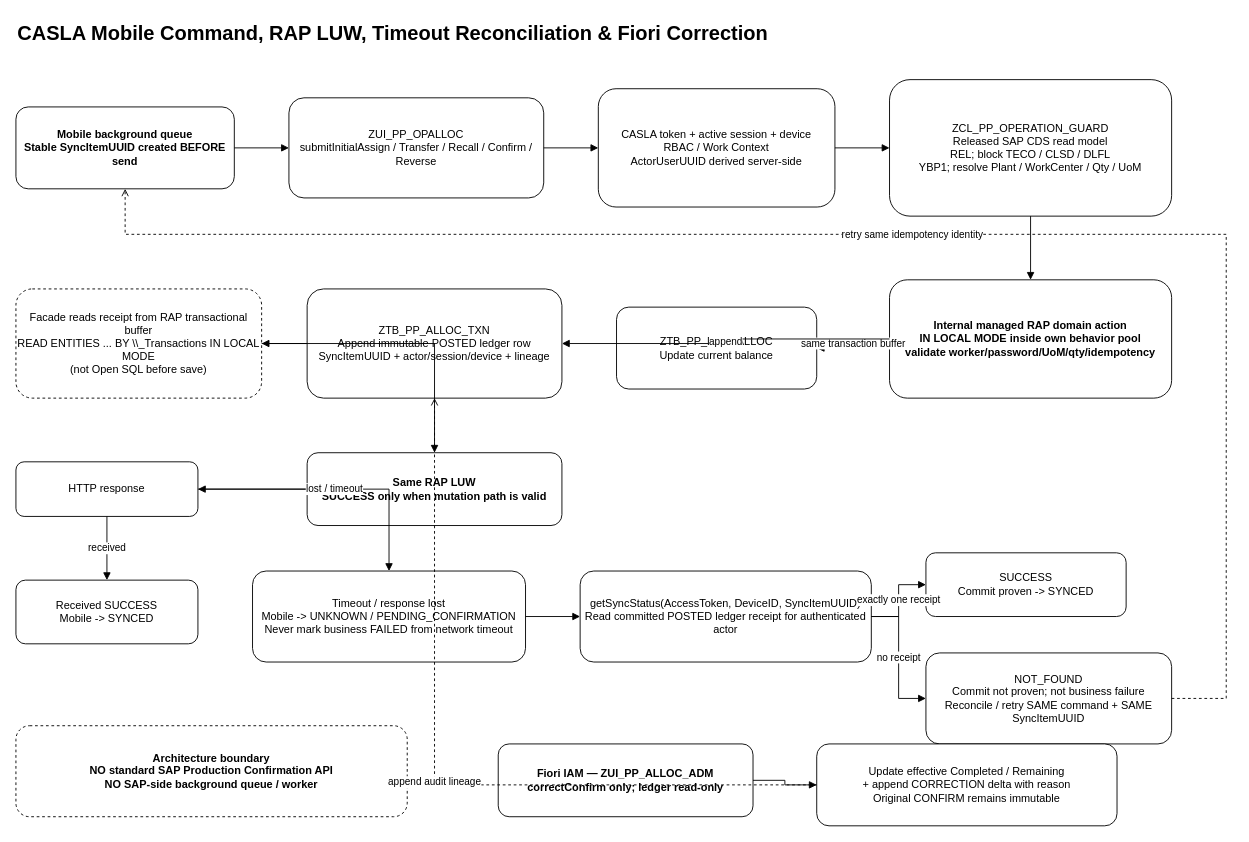
Before: page "Mobile Flow" (2 of 2) of docs/CASLA_DATA_MODEL.drawio in nguyenduckhiem1002-dot/abap_casla_app_mobile, a draw.io diagram. Source tidied: cells renumbered, new cells numbered last; positions are measured from the earlier drawing's top-left corner, leaving out a move shared by most shapes. Both pictures are drawn from the tidied source at 91%, with x=0, y=0 at pixel (15, 15).
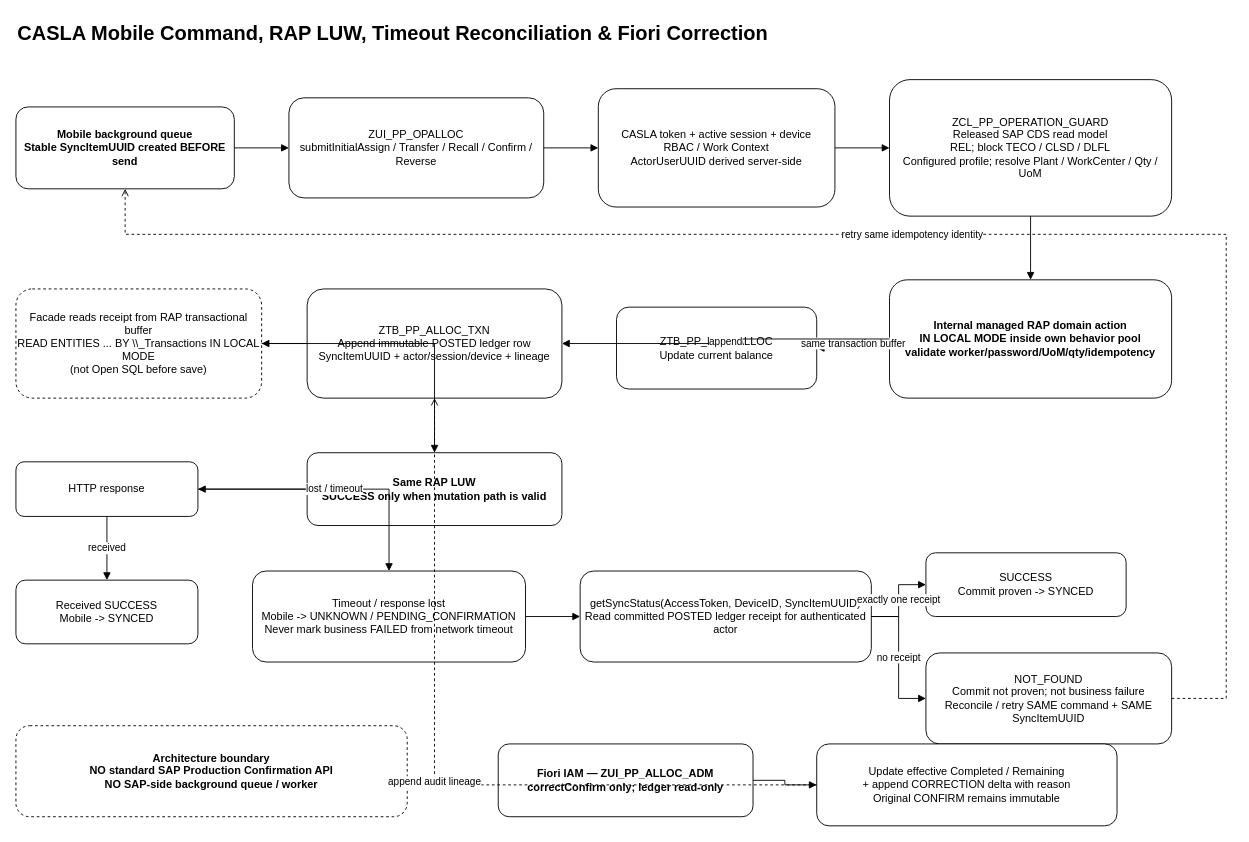
After the change.

Commit message (it also covers changes not shown here):
Allow configurable operation control profiles

What changed in the source:
```diff
@@
-    <mxCell id="6" value="ZCL_PP_OPERATION_GUARD&#10;Released SAP CDS read model&#10;REL; block TECO / CLSD / DLFL&#10;YBP1; resolve Plant / WorkCenter / Qty / UoM" style="rounded=1;whiteSpace=wrap;html=1;" parent="1" vertex="1">
+    <mxCell id="6" value="ZCL_PP_OPERATION_GUARD&#10;Released SAP CDS read model&#10;REL; block TECO / CLSD / DLFL&#10;Configured profile; resolve Plant / WorkCenter / Qty / UoM" style="rounded=1;whiteSpace=wrap;html=1;" parent="1" vertex="1">
       <mxGeometry x="960" y="70" width="310" height="150" as="geometry" />
     </mxCell>
```
